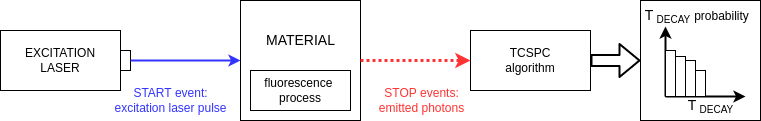
Earlier version of the draw.io export 1.Introduction/images/spectroscopy.png (mconsonni96/Tesi). Source tidied: cells renumbered, new cells last; positions are measured from the earlier drawing's top-left corner, leaving out a move shared by most shapes. The source it was exported from:
```xml
<mxGraphModel>
  <root>
    <mxCell id="0" />
    <mxCell id="1" parent="0" />
    <mxCell id="2" style="whiteSpace=wrap;html=1;" parent="1" vertex="1">
      <mxGeometry x="240" width="120" height="120" as="geometry" />
    </mxCell>
    <mxCell id="3" value="&lt;font&gt;&lt;font style=&quot;font-size: 12px&quot;&gt;EXCITATION&lt;br&gt;LASER&lt;/font&gt;&lt;br&gt;&lt;/font&gt;" style="whiteSpace=wrap;html=1;" parent="1" vertex="1">
      <mxGeometry y="30" width="120" height="60" as="geometry" />
    </mxCell>
    <mxCell id="4" style="whiteSpace=wrap;html=1;" parent="1" vertex="1">
      <mxGeometry x="120" y="50" width="10" height="20" as="geometry" />
    </mxCell>
    <mxCell id="5" style="endArrow=classic;html=1;fontSize=12;exitX=1;exitY=0.5;exitDx=0;exitDy=0;strokeWidth=2;strokeColor=#3333FF;entryX=0;entryY=0.5;entryDx=0;entryDy=0;" parent="1" edge="1" source="4" target="2">
      <mxGeometry relative="1" as="geometry" />
    </mxCell>
    <mxCell id="6" value="&lt;font&gt;TCSPC&lt;br&gt;algorithm&lt;br&gt;&lt;/font&gt;" style="whiteSpace=wrap;html=1;" parent="1" vertex="1">
      <mxGeometry x="470" y="30" width="120" height="60" as="geometry" />
    </mxCell>
    <mxCell id="7" style="endArrow=classic;html=1;fontSize=12;exitX=1;exitY=0.5;exitDx=0;exitDy=0;strokeWidth=3;strokeColor=#FF3333;entryX=0;entryY=0.5;entryDx=0;entryDy=0;dashed=1;dashPattern=1 1;" parent="1" edge="1">
      <mxGeometry relative="1" as="geometry">
        <mxPoint x="360" y="60" as="sourcePoint" />
        <mxPoint x="470" y="60" as="targetPoint" />
      </mxGeometry>
    </mxCell>
    <mxCell id="8" value="&lt;font color=&quot;#3333ff&quot;&gt;START event:&lt;br&gt;excitation laser pulse&lt;/font&gt;" style="text;html=1;align=center;verticalAlign=middle;fillColor=none;strokeColor=none;rounded=0;fontSize=12;" parent="1" vertex="1">
      <mxGeometry x="105" y="85" width="130" height="30" as="geometry" />
    </mxCell>
    <mxCell id="9" value="&lt;font color=&quot;#ff3333&quot;&gt;STOP events:&lt;br&gt;emitted photons&lt;/font&gt;" style="text;html=1;align=center;verticalAlign=middle;fillColor=none;strokeColor=none;rounded=0;fontSize=12;" parent="1" vertex="1">
      <mxGeometry x="371" y="85" width="100" height="30" as="geometry" />
    </mxCell>
    <mxCell id="10" style="shape=flexArrow;endArrow=classic;html=1;fontSize=12;fontColor=#FF3333;strokeColor=#000000;strokeWidth=2;exitX=1;exitY=0.5;exitDx=0;exitDy=0;" parent="1" edge="1" source="6">
      <mxGeometry relative="1" as="geometry">
        <mxPoint x="640" y="60" as="targetPoint" />
      </mxGeometry>
    </mxCell>
    <mxCell id="11" style="whiteSpace=wrap;html=1;" parent="1" vertex="1">
      <mxGeometry x="640" width="120" height="120" as="geometry" />
    </mxCell>
    <mxCell id="12" style="endArrow=classic;html=1;fontSize=12;fontColor=#FF3333;strokeColor=#000000;strokeWidth=2;endFill=1;" parent="1" edge="1">
      <mxGeometry relative="1" as="geometry">
        <mxPoint x="665" y="96" as="sourcePoint" />
        <mxPoint x="745" y="96" as="targetPoint" />
      </mxGeometry>
    </mxCell>
    <mxCell id="13" style="endArrow=classic;html=1;fontSize=12;fontColor=#FF3333;strokeColor=#000000;strokeWidth=2;endFill=1;" parent="1" edge="1">
      <mxGeometry relative="1" as="geometry">
        <mxPoint x="665" y="96" as="sourcePoint" />
        <mxPoint x="665" y="26" as="targetPoint" />
      </mxGeometry>
    </mxCell>
    <mxCell id="14" style="whiteSpace=wrap;html=1;fontSize=12;fontColor=#FF3333;strokeColor=#000000;" parent="1" vertex="1">
      <mxGeometry x="665" y="50" width="10" height="46" as="geometry" />
    </mxCell>
    <mxCell id="15" style="whiteSpace=wrap;html=1;fontSize=12;fontColor=#FF3333;strokeColor=#000000;" parent="1" vertex="1">
      <mxGeometry x="675" y="56" width="10" height="40" as="geometry" />
    </mxCell>
    <mxCell id="16" style="whiteSpace=wrap;html=1;fontSize=12;fontColor=#FF3333;strokeColor=#000000;" parent="1" vertex="1">
      <mxGeometry x="685" y="60" width="10" height="36" as="geometry" />
    </mxCell>
    <mxCell id="17" style="whiteSpace=wrap;html=1;fontSize=12;fontColor=#FF3333;strokeColor=#000000;" parent="1" vertex="1">
      <mxGeometry x="695" y="70" width="10" height="26" as="geometry" />
    </mxCell>
    <mxCell id="18" value="&lt;font color=&quot;#000000&quot; style=&quot;font-size: 14px&quot;&gt;T&lt;/font&gt; &lt;sub&gt;&lt;font color=&quot;#000000&quot;&gt;DECAY&lt;/font&gt;&lt;/sub&gt;" style="text;html=1;align=center;verticalAlign=middle;fillColor=none;strokeColor=none;rounded=0;fontSize=12;fontColor=#FF3333;" parent="1" vertex="1">
      <mxGeometry x="680" y="96" width="60" height="20" as="geometry" />
    </mxCell>
    <mxCell id="19" value="&lt;font color=&quot;#000000&quot; style=&quot;font-size: 14px&quot;&gt;T&lt;/font&gt; &lt;sub&gt;&lt;font color=&quot;#000000&quot;&gt;DECAY&lt;/font&gt;&lt;/sub&gt;" style="text;html=1;align=center;verticalAlign=middle;fillColor=none;strokeColor=none;rounded=0;fontSize=12;fontColor=#FF3333;" parent="1" vertex="1">
      <mxGeometry x="637" y="6" width="60" height="20" as="geometry" />
    </mxCell>
    <mxCell id="20" value="&lt;font color=&quot;#000000&quot; style=&quot;font-size: 12px&quot;&gt;probability&lt;/font&gt;" style="text;html=1;align=center;verticalAlign=middle;fillColor=none;strokeColor=none;rounded=0;fontSize=12;fontColor=#FF3333;" parent="1" vertex="1">
      <mxGeometry x="686" y="6" width="70" height="20" as="geometry" />
    </mxCell>
    <mxCell id="21" value="fluorescence&amp;nbsp;&lt;br&gt;process" style="whiteSpace=wrap;html=1;fontSize=12;fontColor=#000000;strokeColor=#000000;" parent="1" vertex="1">
      <mxGeometry x="250" y="70" width="100" height="40" as="geometry" />
    </mxCell>
    <mxCell id="22" value="&lt;font style=&quot;font-size: 14px&quot; color=&quot;#000000&quot;&gt;MATERIAL&lt;/font&gt;" style="text;html=1;align=center;verticalAlign=middle;fillColor=none;strokeColor=none;rounded=0;fontSize=12;fontColor=#FFFFFF;" parent="1" vertex="1">
      <mxGeometry x="260" y="30" width="80" height="20" as="geometry" />
    </mxCell>
  </root>
</mxGraphModel>
```
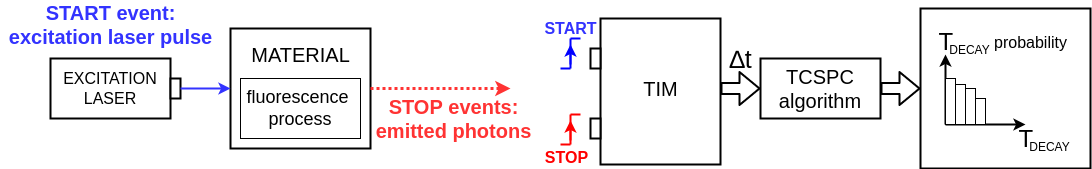
The same diagram one commit later.

What changed in the source:
```diff
@@ -2,79 +2,160 @@
   <root>
     <mxCell id="0" />
     <mxCell id="1" parent="0" />
-    <mxCell id="2" style="whiteSpace=wrap;html=1;" parent="1" vertex="1">
-      <mxGeometry x="240" width="120" height="120" as="geometry" />
+    <mxCell id="2" style="whiteSpace=wrap;html=1;strokeWidth=2;" parent="1" vertex="1">
+      <mxGeometry x="190" width="140" height="120" as="geometry" />
     </mxCell>
-    <mxCell id="3" value="&lt;font&gt;&lt;font style=&quot;font-size: 12px&quot;&gt;EXCITATION&lt;br&gt;LASER&lt;/font&gt;&lt;br&gt;&lt;/font&gt;" style="whiteSpace=wrap;html=1;" parent="1" vertex="1">
-      <mxGeometry y="30" width="120" height="60" as="geometry" />
+    <mxCell id="3" value="&lt;font style=&quot;font-size: 16px&quot;&gt;&lt;font style=&quot;font-size: 16px&quot;&gt;EXCITATION&lt;br&gt;LASER&lt;/font&gt;&lt;br&gt;&lt;/font&gt;" style="whiteSpace=wrap;html=1;strokeWidth=2;" parent="1" vertex="1">
+      <mxGeometry x="10" y="30" width="120" height="60" as="geometry" />
     </mxCell>
-    <mxCell id="4" style="whiteSpace=wrap;html=1;" parent="1" vertex="1">
-      <mxGeometry x="120" y="50" width="10" height="20" as="geometry" />
+    <mxCell id="4" style="whiteSpace=wrap;html=1;strokeWidth=2;" parent="1" vertex="1">
+      <mxGeometry x="130" y="50" width="10" height="20" as="geometry" />
     </mxCell>
     <mxCell id="5" style="endArrow=classic;html=1;fontSize=12;exitX=1;exitY=0.5;exitDx=0;exitDy=0;strokeWidth=2;strokeColor=#3333FF;entryX=0;entryY=0.5;entryDx=0;entryDy=0;" parent="1" edge="1" source="4" target="2">
       <mxGeometry relative="1" as="geometry" />
     </mxCell>
-    <mxCell id="6" value="&lt;font&gt;TCSPC&lt;br&gt;algorithm&lt;br&gt;&lt;/font&gt;" style="whiteSpace=wrap;html=1;" parent="1" vertex="1">
-      <mxGeometry x="470" y="30" width="120" height="60" as="geometry" />
+    <mxCell id="6" value="&lt;font style=&quot;font-size: 20px&quot;&gt;TCSPC&lt;br&gt;algorithm&lt;br&gt;&lt;/font&gt;" style="whiteSpace=wrap;html=1;strokeWidth=2;" parent="1" vertex="1">
+      <mxGeometry x="720" y="30" width="120" height="60" as="geometry" />
     </mxCell>
-    <mxCell id="7" style="endArrow=classic;html=1;fontSize=12;exitX=1;exitY=0.5;exitDx=0;exitDy=0;strokeWidth=3;strokeColor=#FF3333;entryX=0;entryY=0.5;entryDx=0;entryDy=0;dashed=1;dashPattern=1 1;" parent="1" edge="1">
+    <mxCell id="7" style="endArrow=classic;html=1;fontSize=12;strokeWidth=3;strokeColor=#FF3333;dashed=1;dashPattern=1 1;" parent="1" edge="1">
       <mxGeometry relative="1" as="geometry">
-        <mxPoint x="360" y="60" as="sourcePoint" />
+        <mxPoint x="330" y="60" as="sourcePoint" />
         <mxPoint x="470" y="60" as="targetPoint" />
       </mxGeometry>
     </mxCell>
-    <mxCell id="8" value="&lt;font color=&quot;#3333ff&quot;&gt;START event:&lt;br&gt;excitation laser pulse&lt;/font&gt;" style="text;html=1;align=center;verticalAlign=middle;fillColor=none;strokeColor=none;rounded=0;fontSize=12;" parent="1" vertex="1">
-      <mxGeometry x="105" y="85" width="130" height="30" as="geometry" />
+    <mxCell id="8" value="&lt;font color=&quot;#3333ff&quot; style=&quot;font-size: 20px&quot;&gt;&lt;b&gt;START event:&lt;br&gt;excitation laser pulse&lt;/b&gt;&lt;/font&gt;" style="text;html=1;align=center;verticalAlign=middle;fillColor=none;strokeColor=none;rounded=0;fontSize=12;" parent="1" vertex="1">
+      <mxGeometry x="-40" y="-24" width="220" height="40" as="geometry" />
     </mxCell>
-    <mxCell id="9" value="&lt;font color=&quot;#ff3333&quot;&gt;STOP events:&lt;br&gt;emitted photons&lt;/font&gt;" style="text;html=1;align=center;verticalAlign=middle;fillColor=none;strokeColor=none;rounded=0;fontSize=12;" parent="1" vertex="1">
-      <mxGeometry x="371" y="85" width="100" height="30" as="geometry" />
+    <mxCell id="9" value="&lt;font color=&quot;#ff3333&quot; style=&quot;font-size: 20px&quot;&gt;&lt;b&gt;STOP events:&lt;br&gt;emitted photons&lt;/b&gt;&lt;/font&gt;" style="text;html=1;align=center;verticalAlign=middle;fillColor=none;strokeColor=none;rounded=0;fontSize=12;" parent="1" vertex="1">
+      <mxGeometry x="328" y="70" width="170" height="40" as="geometry" />
     </mxCell>
     <mxCell id="10" style="shape=flexArrow;endArrow=classic;html=1;fontSize=12;fontColor=#FF3333;strokeColor=#000000;strokeWidth=2;exitX=1;exitY=0.5;exitDx=0;exitDy=0;" parent="1" edge="1" source="6">
       <mxGeometry relative="1" as="geometry">
-        <mxPoint x="640" y="60" as="targetPoint" />
+        <mxPoint x="880" y="60" as="targetPoint" />
       </mxGeometry>
     </mxCell>
-    <mxCell id="11" style="whiteSpace=wrap;html=1;" parent="1" vertex="1">
-      <mxGeometry x="640" width="120" height="120" as="geometry" />
+    <mxCell id="11" style="whiteSpace=wrap;html=1;strokeWidth=2;" parent="1" vertex="1">
+      <mxGeometry x="880" y="-20" width="170" height="160" as="geometry" />
     </mxCell>
     <mxCell id="12" style="endArrow=classic;html=1;fontSize=12;fontColor=#FF3333;strokeColor=#000000;strokeWidth=2;endFill=1;" parent="1" edge="1">
       <mxGeometry relative="1" as="geometry">
-        <mxPoint x="665" y="96" as="sourcePoint" />
-        <mxPoint x="745" y="96" as="targetPoint" />
+        <mxPoint x="905" y="96" as="sourcePoint" />
+        <mxPoint x="985" y="96" as="targetPoint" />
       </mxGeometry>
     </mxCell>
     <mxCell id="13" style="endArrow=classic;html=1;fontSize=12;fontColor=#FF3333;strokeColor=#000000;strokeWidth=2;endFill=1;" parent="1" edge="1">
       <mxGeometry relative="1" as="geometry">
-        <mxPoint x="665" y="96" as="sourcePoint" />
-        <mxPoint x="665" y="26" as="targetPoint" />
+        <mxPoint x="905" y="96" as="sourcePoint" />
+        <mxPoint x="905" y="26" as="targetPoint" />
       </mxGeometry>
     </mxCell>
+    <mxCell id="23" style="whiteSpace=wrap;html=1;fontSize=12;fontColor=#FF3333;strokeColor=#000000;" parent="1" vertex="1">
+      <mxGeometry x="905" y="50" width="10" height="46" as="geometry" />
+    </mxCell>
     <mxCell id="14" style="whiteSpace=wrap;html=1;fontSize=12;fontColor=#FF3333;strokeColor=#000000;" parent="1" vertex="1">
-      <mxGeometry x="665" y="50" width="10" height="46" as="geometry" />
+      <mxGeometry x="915" y="56" width="10" height="40" as="geometry" />
     </mxCell>
     <mxCell id="15" style="whiteSpace=wrap;html=1;fontSize=12;fontColor=#FF3333;strokeColor=#000000;" parent="1" vertex="1">
-      <mxGeometry x="675" y="56" width="10" height="40" as="geometry" />
+      <mxGeometry x="925" y="60" width="10" height="36" as="geometry" />
     </mxCell>
     <mxCell id="16" style="whiteSpace=wrap;html=1;fontSize=12;fontColor=#FF3333;strokeColor=#000000;" parent="1" vertex="1">
-      <mxGeometry x="685" y="60" width="10" height="36" as="geometry" />
+      <mxGeometry x="935" y="70" width="10" height="26" as="geometry" />
     </mxCell>
-    <mxCell id="17" style="whiteSpace=wrap;html=1;fontSize=12;fontColor=#FF3333;strokeColor=#000000;" parent="1" vertex="1">
-      <mxGeometry x="695" y="70" width="10" height="26" as="geometry" />
-    </mxCell>
-    <mxCell id="18" value="&lt;font color=&quot;#000000&quot; style=&quot;font-size: 14px&quot;&gt;T&lt;/font&gt; &lt;sub&gt;&lt;font color=&quot;#000000&quot;&gt;DECAY&lt;/font&gt;&lt;/sub&gt;" style="text;html=1;align=center;verticalAlign=middle;fillColor=none;strokeColor=none;rounded=0;fontSize=12;fontColor=#FF3333;" parent="1" vertex="1">
-      <mxGeometry x="680" y="96" width="60" height="20" as="geometry" />
+    <mxCell id="18" value="&lt;font color=&quot;#000000&quot; style=&quot;font-size: 24px&quot;&gt;T&lt;/font&gt;&amp;nbsp;" style="text;html=1;align=center;verticalAlign=middle;fillColor=none;strokeColor=none;rounded=0;fontSize=12;fontColor=#FF3333;" parent="1" vertex="1">
+      <mxGeometry x="892" y="4" width="30" height="20" as="geometry" />
     </mxCell>
-    <mxCell id="19" value="&lt;font color=&quot;#000000&quot; style=&quot;font-size: 14px&quot;&gt;T&lt;/font&gt; &lt;sub&gt;&lt;font color=&quot;#000000&quot;&gt;DECAY&lt;/font&gt;&lt;/sub&gt;" style="text;html=1;align=center;verticalAlign=middle;fillColor=none;strokeColor=none;rounded=0;fontSize=12;fontColor=#FF3333;" parent="1" vertex="1">
-      <mxGeometry x="637" y="6" width="60" height="20" as="geometry" />
+    <mxCell id="19" value="&lt;font color=&quot;#000000&quot; style=&quot;font-size: 16px&quot;&gt;probability&lt;/font&gt;" style="text;html=1;align=center;verticalAlign=middle;fillColor=none;strokeColor=none;rounded=0;fontSize=12;fontColor=#FF3333;" parent="1" vertex="1">
+      <mxGeometry x="945" y="4" width="90" height="20" as="geometry" />
     </mxCell>
-    <mxCell id="20" value="&lt;font color=&quot;#000000&quot; style=&quot;font-size: 12px&quot;&gt;probability&lt;/font&gt;" style="text;html=1;align=center;verticalAlign=middle;fillColor=none;strokeColor=none;rounded=0;fontSize=12;fontColor=#FF3333;" parent="1" vertex="1">
-      <mxGeometry x="686" y="6" width="70" height="20" as="geometry" />
+    <mxCell id="20" value="&lt;font style=&quot;font-size: 18px&quot;&gt;fluorescence&amp;nbsp;&lt;br&gt;process&lt;/font&gt;" style="whiteSpace=wrap;html=1;fontSize=12;fontColor=#000000;strokeColor=#000000;" parent="1" vertex="1">
+      <mxGeometry x="200" y="50" width="120" height="60" as="geometry" />
     </mxCell>
-    <mxCell id="21" value="fluorescence&amp;nbsp;&lt;br&gt;process" style="whiteSpace=wrap;html=1;fontSize=12;fontColor=#000000;strokeColor=#000000;" parent="1" vertex="1">
-      <mxGeometry x="250" y="70" width="100" height="40" as="geometry" />
+    <mxCell id="21" value="&lt;font style=&quot;font-size: 20px&quot; color=&quot;#000000&quot;&gt;MATERIAL&lt;/font&gt;" style="text;html=1;align=center;verticalAlign=middle;fillColor=none;strokeColor=none;rounded=0;fontSize=12;fontColor=#FFFFFF;" parent="1" vertex="1">
+      <mxGeometry x="205" y="16" width="110" height="20" as="geometry" />
     </mxCell>
-    <mxCell id="22" value="&lt;font style=&quot;font-size: 14px&quot; color=&quot;#000000&quot;&gt;MATERIAL&lt;/font&gt;" style="text;html=1;align=center;verticalAlign=middle;fillColor=none;strokeColor=none;rounded=0;fontSize=12;fontColor=#FFFFFF;" parent="1" vertex="1">
-      <mxGeometry x="260" y="30" width="80" height="20" as="geometry" />
+    <mxCell id="22" style="rounded=0;whiteSpace=wrap;html=1;strokeWidth=2;" parent="1" vertex="1">
+      <mxGeometry x="560" y="-10" width="120" height="146" as="geometry" />
     </mxCell>
+    <mxCell id="24" style="shape=flexArrow;endArrow=classic;html=1;fontSize=12;fontColor=#FF3333;strokeColor=#000000;strokeWidth=2;exitX=1;exitY=0.5;exitDx=0;exitDy=0;" parent="1" edge="1">
+      <mxGeometry relative="1" as="geometry">
+        <mxPoint x="680" y="60" as="sourcePoint" />
+        <mxPoint x="720" y="60" as="targetPoint" />
+      </mxGeometry>
+    </mxCell>
+    <mxCell id="25" value="&lt;font style=&quot;font-size: 20px&quot;&gt;TIM&lt;/font&gt;" style="text;html=1;align=center;verticalAlign=middle;fillColor=none;strokeColor=none;rounded=0;" parent="1" vertex="1">
+      <mxGeometry x="595" y="50" width="50" height="20" as="geometry" />
+    </mxCell>
+    <mxCell id="26" style="endArrow=none;html=1;fontSize=20;strokeWidth=2;strokeColor=#0000FF;" parent="1" edge="1">
+      <mxGeometry relative="1" as="geometry">
+        <mxPoint x="520" y="40" as="sourcePoint" />
+        <mxPoint x="530" y="40" as="targetPoint" />
+      </mxGeometry>
+    </mxCell>
+    <mxCell id="27" style="endArrow=none;html=1;fontSize=20;strokeWidth=2;strokeColor=#0000FF;" parent="1" edge="1">
+      <mxGeometry relative="1" as="geometry">
+        <mxPoint x="530" y="40" as="sourcePoint" />
+        <mxPoint x="530" y="10" as="targetPoint" />
+      </mxGeometry>
+    </mxCell>
+    <mxCell id="28" style="endArrow=none;html=1;fontSize=20;strokeWidth=2;strokeColor=#0000FF;" parent="1" edge="1">
+      <mxGeometry relative="1" as="geometry">
+        <mxPoint x="530" y="10" as="sourcePoint" />
+        <mxPoint x="540" y="10" as="targetPoint" />
+      </mxGeometry>
+    </mxCell>
+    <mxCell id="29" style="endArrow=classic;startArrow=none;html=1;fontSize=20;strokeColor=#0000FF;strokeWidth=2;startFill=0;" parent="1" edge="1">
+      <mxGeometry relative="1" as="geometry">
+        <mxPoint x="530" y="36" as="sourcePoint" />
+        <mxPoint x="530" y="16" as="targetPoint" />
+      </mxGeometry>
+    </mxCell>
+    <mxCell id="30" style="endArrow=none;html=1;fontSize=20;strokeWidth=2;strokeColor=#FF0000;" parent="1" edge="1">
+      <mxGeometry relative="1" as="geometry">
+        <mxPoint x="520" y="116" as="sourcePoint" />
+        <mxPoint x="530" y="116" as="targetPoint" />
+      </mxGeometry>
+    </mxCell>
+    <mxCell id="31" style="endArrow=none;html=1;fontSize=20;strokeWidth=2;strokeColor=#FF0000;" parent="1" edge="1">
+      <mxGeometry relative="1" as="geometry">
+        <mxPoint x="530" y="116" as="sourcePoint" />
+        <mxPoint x="530" y="86" as="targetPoint" />
+      </mxGeometry>
+    </mxCell>
+    <mxCell id="32" style="endArrow=none;html=1;fontSize=20;strokeWidth=2;strokeColor=#FF0000;" parent="1" edge="1">
+      <mxGeometry relative="1" as="geometry">
+        <mxPoint x="530" y="86" as="sourcePoint" />
+        <mxPoint x="540" y="86" as="targetPoint" />
+      </mxGeometry>
+    </mxCell>
+    <mxCell id="33" style="endArrow=classic;startArrow=none;html=1;fontSize=20;strokeColor=#FF0000;strokeWidth=2;startFill=0;" parent="1" edge="1">
+      <mxGeometry relative="1" as="geometry">
+        <mxPoint x="530" y="112" as="sourcePoint" />
+        <mxPoint x="530" y="92" as="targetPoint" />
+      </mxGeometry>
+    </mxCell>
+    <mxCell id="34" style="rounded=0;whiteSpace=wrap;html=1;fontSize=20;strokeWidth=2;" parent="1" vertex="1">
+      <mxGeometry x="550" y="20" width="10" height="20" as="geometry" />
+    </mxCell>
+    <mxCell id="35" style="rounded=0;whiteSpace=wrap;html=1;fontSize=20;strokeWidth=2;" parent="1" vertex="1">
+      <mxGeometry x="550" y="90" width="10" height="20" as="geometry" />
+    </mxCell>
+    <mxCell id="36" value="&lt;font color=&quot;#3333ff&quot; style=&quot;font-size: 16px&quot;&gt;&lt;b&gt;START&lt;/b&gt;&lt;/font&gt;" style="text;html=1;align=center;verticalAlign=middle;fillColor=none;strokeColor=none;rounded=0;fontSize=12;" parent="1" vertex="1">
+      <mxGeometry x="495" y="-10" width="70" height="20" as="geometry" />
+    </mxCell>
+    <mxCell id="37" value="&lt;font color=&quot;#ff0000&quot; style=&quot;font-size: 16px&quot;&gt;&lt;b&gt;STOP&lt;/b&gt;&lt;/font&gt;" style="text;html=1;align=center;verticalAlign=middle;fillColor=none;strokeColor=none;rounded=0;fontSize=12;" parent="1" vertex="1">
+      <mxGeometry x="496" y="119" width="60" height="20" as="geometry" />
+    </mxCell>
+    <mxCell id="38" value="&lt;font color=&quot;#000000&quot; style=&quot;font-size: 25px&quot;&gt;∆t&lt;/font&gt;" style="text;html=1;align=center;verticalAlign=middle;fillColor=none;strokeColor=none;rounded=0;fontSize=16;fontColor=#FF0000;" parent="1" vertex="1">
+      <mxGeometry x="680" y="15" width="40" height="30" as="geometry" />
+    </mxCell>
+    <mxCell id="39" value="&lt;font color=&quot;#000000&quot; style=&quot;font-size: 12px&quot;&gt;DECAY&lt;/font&gt;" style="text;html=1;align=center;verticalAlign=middle;fillColor=none;strokeColor=none;rounded=0;fontSize=12;fontColor=#FF3333;" parent="1" vertex="1">
+      <mxGeometry x="899" y="12" width="60" height="20" as="geometry" />
+    </mxCell>
+    <mxCell id="40" value="&lt;font color=&quot;#000000&quot; style=&quot;font-size: 24px&quot;&gt;T&lt;/font&gt;&amp;nbsp;" style="text;html=1;align=center;verticalAlign=middle;fillColor=none;strokeColor=none;rounded=0;fontSize=12;fontColor=#FF3333;" parent="1" vertex="1">
+      <mxGeometry x="972" y="101" width="30" height="20" as="geometry" />
+    </mxCell>
+    <mxCell id="41" value="&lt;font color=&quot;#000000&quot; style=&quot;font-size: 12px&quot;&gt;DECAY&lt;/font&gt;" style="text;html=1;align=center;verticalAlign=middle;fillColor=none;strokeColor=none;rounded=0;fontSize=12;fontColor=#FF3333;" parent="1" vertex="1">
+      <mxGeometry x="979" y="109" width="60" height="20" as="geometry" />
+    </mxCell>
   </root>
 </mxGraphModel>
```
